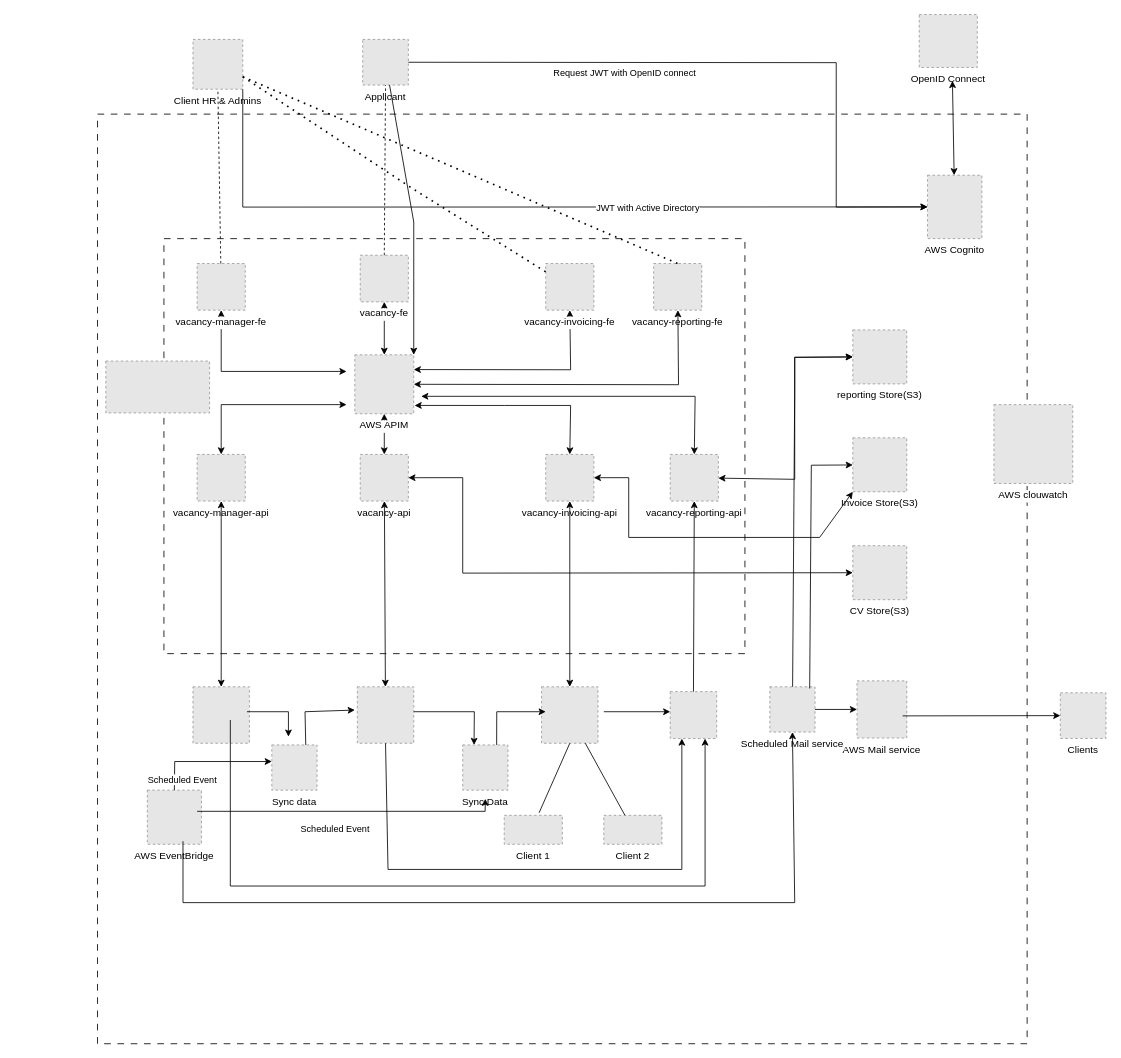
This is design/deployment_architecture.drawio from peguses/education, a draw.io file, before an edit. Source tidied: cells renumbered, new cells numbered last; positions are measured from the earlier drawing's top-left corner, leaving out a move shared by most shapes. Both pictures are drawn from the tidied source at 83%, with x=0, y=0 at pixel (97, 14). Pictures stored in the file or linked from it are replaced by grey dashed boxes.
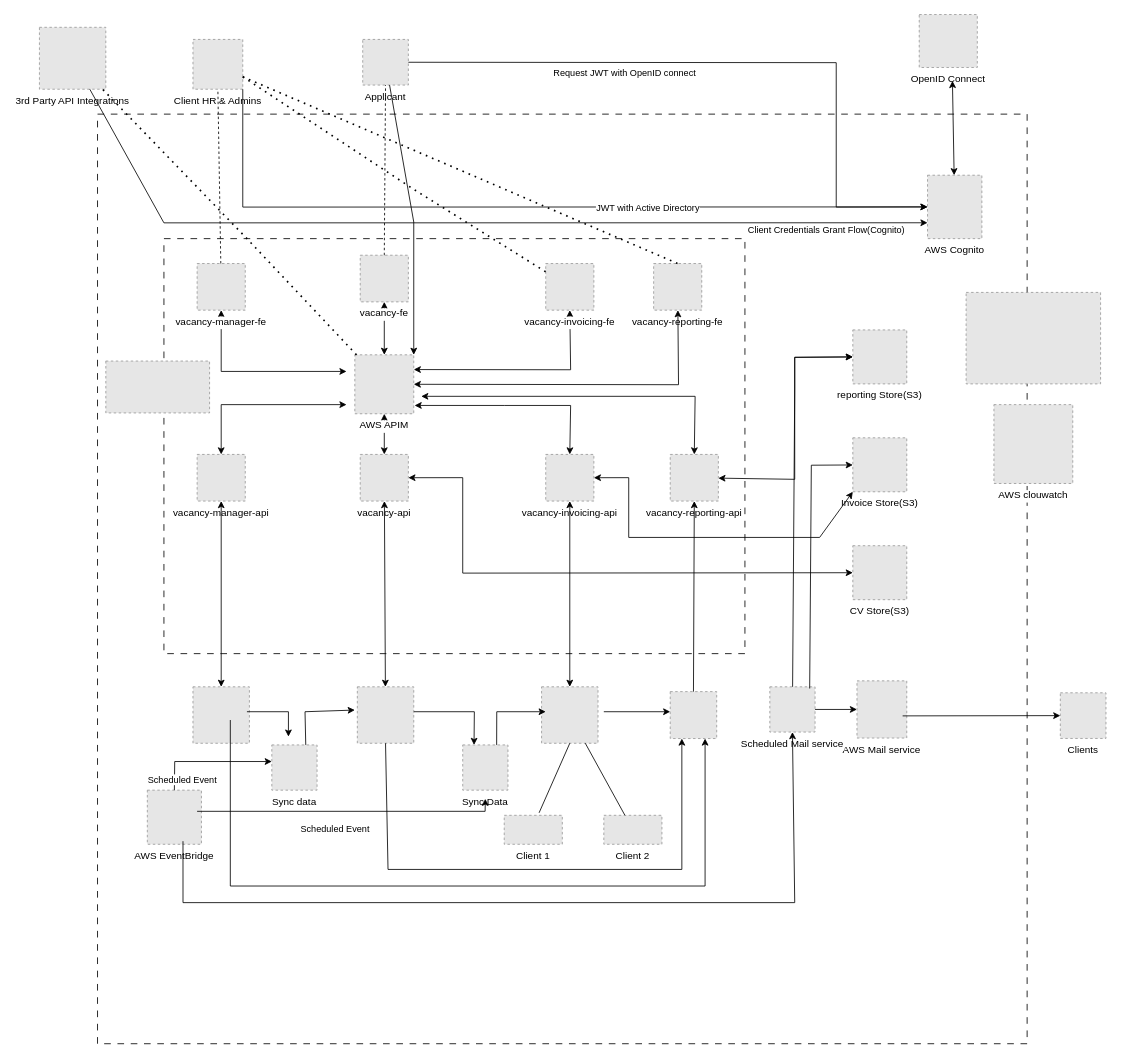
The same page after the edit.

Unchanged cells that the change refers to:
```xml
<mxCell id="20" value="AWS APIM" style="fillColor=#E6E6E6;strokeColor=#999999;dashed=1;verticalLabelPosition=bottom;labelBackgroundColor=default;verticalAlign=top;" parent="1" vertex="1">
  <mxGeometry x="310" y="410" width="71" height="71" as="geometry" />
</mxCell>
<mxCell id="58" value="AWS Cognito" style="fillColor=#E6E6E6;strokeColor=#999999;dashed=1;verticalLabelPosition=bottom;labelBackgroundColor=default;verticalAlign=top;" parent="1" vertex="1">
  <mxGeometry x="1000" y="193.6" width="65.5" height="76.4" as="geometry" />
</mxCell>
```

Change to the diagram source:
```diff
@@
+    <mxCell id="77" style="fillColor=#E6E6E6;strokeColor=#999999;dashed=1;verticalLabelPosition=bottom;labelBackgroundColor=default;verticalAlign=top;" parent="1" vertex="1">
+      <mxGeometry x="1046.5" y="334.8" width="162" height="110.2" as="geometry" />
+    </mxCell>
+    <mxCell id="78" value="3rd Party API Integrations" style="fillColor=#E6E6E6;strokeColor=#999999;dashed=1;verticalLabelPosition=bottom;labelBackgroundColor=default;verticalAlign=top;" parent="1" vertex="1">
+      <mxGeometry x="-70" y="15.4" width="80" height="74.6" as="geometry" />
+    </mxCell>
+    <mxCell id="79" style="endArrow=classic;html=1;rounded=0;entryX=0;entryY=0.75;entryDx=0;entryDy=0;" parent="1" edge="1" source="78" target="58">
+      <mxGeometry relative="1" as="geometry">
+        <Array as="points">
+          <mxPoint x="80" y="251" />
+        </Array>
+      </mxGeometry>
+    </mxCell>
+    <mxCell id="80" value="Client Credentials Grant Flow(Cognito)" style="edgeLabel;html=1;align=center;verticalAlign=middle;" parent="79" vertex="1">
+      <mxGeometry x="-0.64" y="-3" relative="1" as="geometry">
+        <mxPoint x="783" y="6" as="offset" />
+      </mxGeometry>
+    </mxCell>
+    <mxCell id="81" style="endArrow=none;dashed=1;html=1;dashPattern=1 3;strokeWidth=2;rounded=0;" parent="1" edge="1" source="20" target="78">
+      <mxGeometry relative="1" as="geometry">
+        <Array as="points">
+          <mxPoint x="180" y="270" />
+        </Array>
+      </mxGeometry>
+    </mxCell>
```
